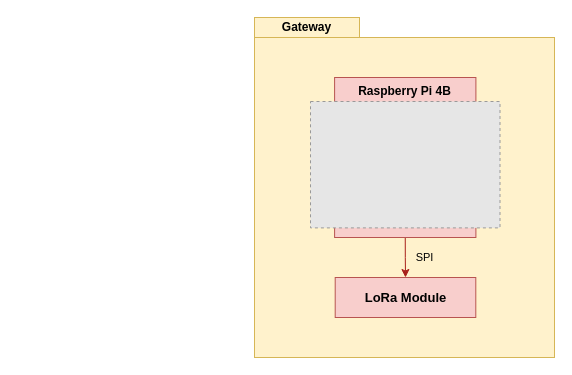
This is page "gateway_hw_arch" (5 of 7) of project/report/flowcharts/system_overview.drawio from ESRGgroup9/slipad, a draw.io file, before an edit. Source tidied: cells renumbered, new cells numbered last; positions are measured from the earlier drawing's top-left corner, leaving out a move shared by most shapes. Both pictures are drawn from the tidied source at 100%, with x=0, y=0 at pixel (254, 17). Pictures stored in the file or linked from it are replaced by grey dashed boxes.
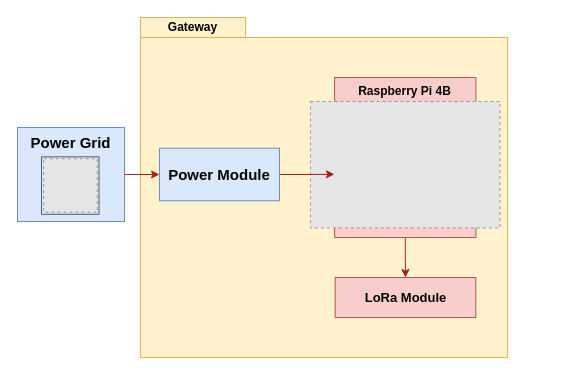
The same diagram, later.

Commit message:
Update system_overview.drawio - gateway arch

Change to the diagram source:
```diff
@@
 <mxGraphModel>
   <root>
     <mxCell id="0" />
     <mxCell id="1" parent="0" />
     <mxCell id="2" style="rounded=0;whiteSpace=wrap;html=1;fillColor=#fff2cc;strokeColor=#d6b656;fontColor=default;" parent="1" vertex="1">
-      <mxGeometry y="20" width="300" height="320" as="geometry" />
+      <mxGeometry x="-114" y="20" width="367" height="320" as="geometry" />
     </mxCell>
     <mxCell id="3" value="&lt;div&gt;Gateway&lt;/div&gt;" style="text;html=1;strokeColor=#d6b656;fillColor=#fff2cc;align=center;verticalAlign=middle;whiteSpace=wrap;rounded=0;sketch=0;fontStyle=1;fontColor=default;" parent="1" vertex="1">
-      <mxGeometry width="105" height="20" as="geometry" />
+      <mxGeometry x="-114" width="105" height="20" as="geometry" />
     </mxCell>
-    <mxCell id="4" value="SPI" style="edgeStyle=orthogonalEdgeStyle;rounded=0;jettySize=auto;html=1;exitX=0.5;exitY=1;exitDx=0;exitDy=0;entryX=0.5;entryY=0;entryDx=0;entryDy=0;strokeColor=#A8201A;labelBackgroundColor=none;" parent="1" edge="1" source="5" target="7">
-      <mxGeometry x="0.01" y="19" relative="1" as="geometry" />
+    <mxCell id="4" style="edgeStyle=orthogonalEdgeStyle;rounded=0;jettySize=auto;html=1;exitX=0.5;exitY=1;exitDx=0;exitDy=0;entryX=0.5;entryY=0;entryDx=0;entryDy=0;strokeColor=#A8201A;labelBackgroundColor=none;" parent="1" edge="1" source="5" target="7">
+      <mxGeometry x="0.35" y="43" relative="1" as="geometry" />
     </mxCell>
     <mxCell id="5" value="Raspberry Pi 4B" style="rounded=0;whiteSpace=wrap;html=1;fillColor=#f8cecc;strokeColor=#b85450;fontColor=default;verticalAlign=top;fontStyle=1;" parent="1" vertex="1">
       <mxGeometry x="80.1" y="60" width="141.3" height="160" as="geometry" />
     </mxCell>
     <mxCell id="6" style="fillColor=#E6E6E6;strokeColor=#999999;dashed=1;verticalLabelPosition=bottom;labelBackgroundColor=none;verticalAlign=top;fontColor=default;rotation=0;" parent="1" vertex="1">
       <mxGeometry x="56" y="84" width="189.5" height="126.4" as="geometry" />
     </mxCell>
     <mxCell id="7" value="LoRa Module" style="text;html=1;strokeColor=#b85450;fillColor=#f8cecc;align=center;verticalAlign=middle;whiteSpace=wrap;rounded=0;sketch=0;fontSize=13;strokeWidth=1;fontStyle=1;" parent="1" vertex="1">
       <mxGeometry x="80.7" y="260" width="140.6" height="40" as="geometry" />
     </mxCell>
+    <mxCell id="8" style="edgeStyle=orthogonalEdgeStyle;rounded=1;jettySize=auto;html=1;exitX=1;exitY=0.5;exitDx=0;exitDy=0;entryX=-0.001;entryY=0.605;entryDx=0;entryDy=0;entryPerimeter=0;strokeColor=#A8201A;" parent="1" edge="1" source="9" target="5">
+      <mxGeometry relative="1" as="geometry" />
+    </mxCell>
+    <mxCell id="9" value="Power Module" style="rounded=0;whiteSpace=wrap;html=1;fillColor=#dae8fc;strokeColor=#6c8ebf;fontColor=default;fontStyle=1;verticalAlign=middle;fontSize=15;" parent="1" vertex="1">
+      <mxGeometry x="-95" y="130.7" width="120" height="52.6" as="geometry" />
+    </mxCell>
+    <mxCell id="10" style="group;" parent="1" vertex="1">
+      <mxGeometry x="-237" y="110" width="107" height="94" as="geometry" />
+    </mxCell>
+    <mxCell id="11" value="Power Grid" style="rounded=0;whiteSpace=wrap;html=1;fillColor=#dae8fc;strokeColor=#6c8ebf;fontColor=default;fontStyle=1;verticalAlign=top;fontSize=15;" parent="10" vertex="1">
+      <mxGeometry width="107" height="94" as="geometry" />
+    </mxCell>
+    <mxCell id="12" style="whiteSpace=wrap;html=1;rounded=0;sketch=0;fillColor=#dae8fc;strokeColor=#000000;strokeWidth=0.6;fontColor=default;" parent="10" vertex="1">
+      <mxGeometry x="24.2" y="29.4" width="57.3" height="57.3" as="geometry" />
+    </mxCell>
+    <mxCell id="13" style="fillColor=#E6E6E6;strokeColor=#999999;dashed=1;verticalLabelPosition=bottom;labelBackgroundColor=#ffffff;verticalAlign=top;fontColor=default;" parent="10" vertex="1">
+      <mxGeometry x="26.1" y="31.2" width="53.6" height="53.6" as="geometry" />
+    </mxCell>
+    <mxCell id="14" style="edgeStyle=orthogonalEdgeStyle;rounded=1;jettySize=auto;html=1;entryX=0;entryY=0.5;entryDx=0;entryDy=0;strokeColor=#A8201A;exitX=1;exitY=0.5;exitDx=0;exitDy=0;" parent="1" edge="1" source="11" target="9">
+      <mxGeometry relative="1" as="geometry">
+        <Array as="points">
+          <mxPoint x="-126" y="156.8" />
+          <mxPoint x="-126" y="156.8" />
+        </Array>
+      </mxGeometry>
+    </mxCell>
   </root>
 </mxGraphModel>
```
